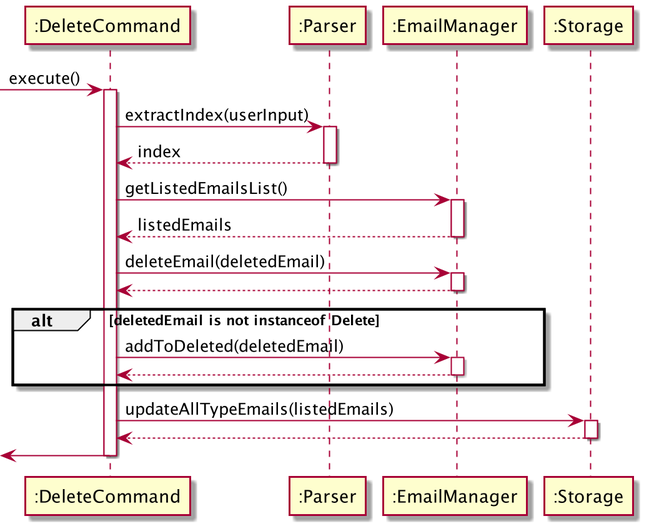
Above: docs/Sequence Diagrams/DeleteCommand.png in yanli1215/tp (PlantUML), before the change. The source it was exported from:
```plantuml
@startuml

participant ":DeleteCommand" as DeleteCommand
participant ":Parser" as Parser
participant ":EmailManager" as EmailManager
participant ":Storage" as Storage


[-> DeleteCommand: execute()
activate DeleteCommand

DeleteCommand -> Parser: extractIndex(userInput)
activate Parser
Parser --> DeleteCommand: index
deactivate Parser

DeleteCommand -> EmailManager: getListedEmailsList()
activate EmailManager
EmailManager --> DeleteCommand: listedEmails
deactivate EmailManager

DeleteCommand -> EmailManager: deleteEmail(deletedEmail)
activate EmailManager
EmailManager --> DeleteCommand:
deactivate EmailManager

alt deletedEmail is not instanceof Delete
DeleteCommand -> EmailManager: addToDeleted(deletedEmail)
activate EmailManager
EmailManager --> DeleteCommand:
deactivate EmailManager
end


DeleteCommand -> Storage: updateAllTypeEmails(listedEmails)
activate Storage
Storage --> DeleteCommand:
deactivate Storage

[<- DeleteCommand
deactivate DeleteCommand

@enduml
```
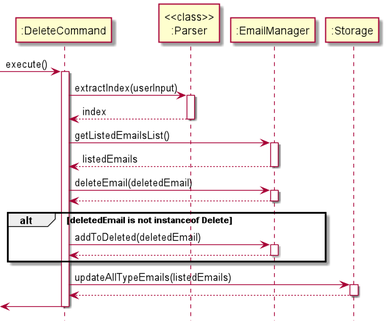
The same diagram one commit later.

The edit, as a diff of the source:
```diff
@@ -1,10 +1,10 @@
 @startuml
 
 participant ":DeleteCommand" as DeleteCommand
-participant ":Parser" as Parser
+participant "<<class>>\n:Parser" as Parser
 participant ":EmailManager" as EmailManager
 participant ":Storage" as Storage
-
+hide footbox
 
 [-> DeleteCommand: execute()
 activate DeleteCommand
```
